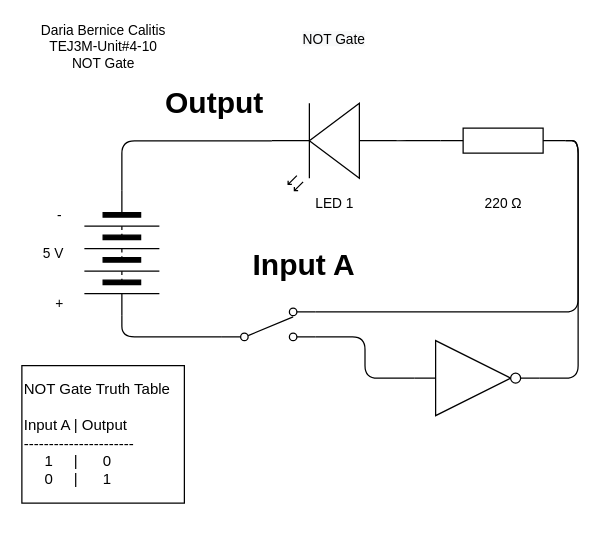
Before: Unit4-10/TEJ3M-Unit4-10.drawio in dbcalitis/TEJ3M-Unit-4, a draw.io diagram. Source tidied: cells renumbered, new cells numbered last; positions are measured from the earlier drawing's top-left corner, leaving out a move shared by most shapes. Both pictures are drawn from the tidied source at 125%, with x=0, y=0 at pixel (21, 21).
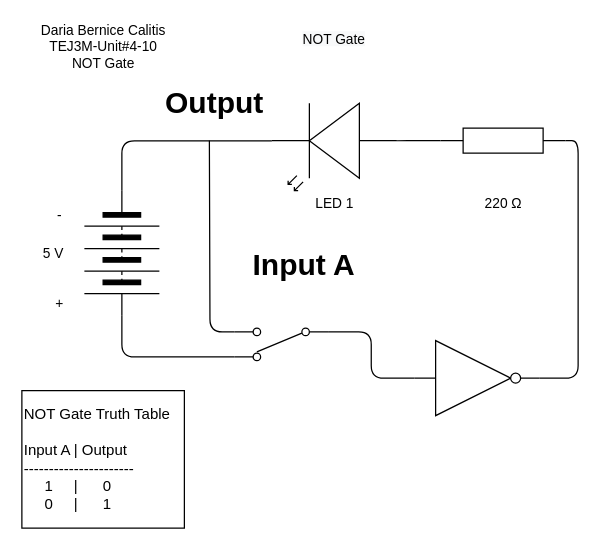
After the change.

Unchanged cells that the change refers to:
```xml
<mxCell id="3" style="verticalLabelPosition=bottom;shadow=0;dashed=0;align=center;html=1;verticalAlign=top;shape=mxgraph.electrical.resistors.resistor_1;" parent="1" vertex="1">
  <mxGeometry x="335" y="85" width="100" height="20" as="geometry" />
</mxCell>
<mxCell id="5" style="verticalLabelPosition=bottom;shadow=0;dashed=0;align=center;html=1;verticalAlign=top;shape=mxgraph.electrical.miscellaneous.batteryStack;rotation=90;" parent="1" vertex="1">
  <mxGeometry x="30" y="155" width="100" height="60" as="geometry" />
</mxCell>
<mxCell id="13" style="verticalLabelPosition=bottom;shadow=0;dashed=0;align=center;html=1;verticalAlign=top;shape=mxgraph.electrical.logic_gates.inverter_2;" parent="1" vertex="1">
  <mxGeometry x="314" y="255" width="100" height="60" as="geometry" />
</mxCell>
```

Diff of the diagram source:
```diff
@@
-    <mxCell id="4" style="edgeStyle=orthogonalEdgeStyle;html=1;exitX=1;exitY=0.5;exitDx=0;exitDy=0;entryX=0;entryY=0.885;entryDx=0;entryDy=0;entryPerimeter=0;endArrow=none;endFill=0;" parent="1" edge="1" source="5" target="16">
-      <mxGeometry relative="1" as="geometry" />
-    </mxCell>
@@
-    <mxCell id="14" style="edgeStyle=orthogonalEdgeStyle;html=1;exitX=1;exitY=0.115;exitDx=0;exitDy=0;exitPerimeter=0;entryX=1;entryY=0.5;entryDx=0;entryDy=0;entryPerimeter=0;endArrow=none;endFill=0;" parent="1" edge="1" source="16" target="3">
-      <mxGeometry relative="1" as="geometry" />
-    </mxCell>
-    <mxCell id="15" style="edgeStyle=orthogonalEdgeStyle;html=1;exitX=1;exitY=0.885;exitDx=0;exitDy=0;exitPerimeter=0;entryX=0;entryY=0.5;entryDx=0;entryDy=0;entryPerimeter=0;endArrow=none;endFill=0;" parent="1" edge="1" source="16" target="13">
+    <mxCell id="15" style="edgeStyle=orthogonalEdgeStyle;html=1;exitX=0;exitY=0.885;exitDx=0;exitDy=0;exitPerimeter=0;entryX=0;entryY=0.5;entryDx=0;entryDy=0;entryPerimeter=0;endArrow=none;endFill=0;" parent="1" edge="1" source="16" target="13">
       <mxGeometry relative="1" as="geometry" />
     </mxCell>
+    <mxCell id="23" style="edgeStyle=orthogonalEdgeStyle;html=1;exitX=1;exitY=0.885;exitDx=0;exitDy=0;exitPerimeter=0;endArrow=none;endFill=0;" parent="1" edge="1" source="16">
+      <mxGeometry relative="1" as="geometry">
+        <mxPoint x="150" y="95" as="targetPoint" />
+      </mxGeometry>
+    </mxCell>
+    <mxCell id="24" style="edgeStyle=orthogonalEdgeStyle;html=1;exitX=1;exitY=0.115;exitDx=0;exitDy=0;exitPerimeter=0;entryX=1;entryY=0.5;entryDx=0;entryDy=0;endArrow=none;endFill=0;" parent="1" edge="1" source="16" target="5">
+      <mxGeometry relative="1" as="geometry" />
+    </mxCell>
-    <mxCell id="16" style="verticalLabelPosition=bottom;shadow=0;dashed=0;align=center;html=1;verticalAlign=top;shape=mxgraph.electrical.electro-mechanical.2-way_switch;" parent="1" vertex="1">
-      <mxGeometry x="160" y="229" width="75" height="26" as="geometry" />
+    <mxCell id="16" style="verticalLabelPosition=bottom;shadow=0;dashed=0;align=center;html=1;verticalAlign=top;shape=mxgraph.electrical.electro-mechanical.2-way_switch;rotation=-180;" parent="1" vertex="1">
+      <mxGeometry x="170" y="245" width="75" height="26" as="geometry" />
     </mxCell>
@@
     <mxCell id="22" value="&lt;span style=&quot;&quot;&gt;NOT Gate Truth Table&lt;/span&gt;&lt;br style=&quot;&quot;&gt;&lt;br style=&quot;&quot;&gt;&lt;span style=&quot;&quot;&gt;Input A | Output&lt;/span&gt;&lt;br style=&quot;&quot;&gt;&lt;span style=&quot;&quot;&gt;----------------------&lt;/span&gt;&lt;br style=&quot;&quot;&gt;&lt;span style=&quot;&quot;&gt;&amp;nbsp; &amp;nbsp; &amp;nbsp;1&amp;nbsp; &amp;nbsp; &amp;nbsp;|&amp;nbsp; &amp;nbsp; &amp;nbsp; 0&lt;/span&gt;&lt;br style=&quot;&quot;&gt;&lt;span style=&quot;&quot;&gt;&amp;nbsp; &amp;nbsp; &amp;nbsp;0&amp;nbsp; &amp;nbsp; &amp;nbsp;|&amp;nbsp; &amp;nbsp; &amp;nbsp; 1&lt;/span&gt;" style="rounded=0;whiteSpace=wrap;html=1;align=left;" parent="1" vertex="1">
-      <mxGeometry y="275" width="130" height="110" as="geometry" />
+      <mxGeometry y="295" width="130" height="110" as="geometry" />
     </mxCell>
```
